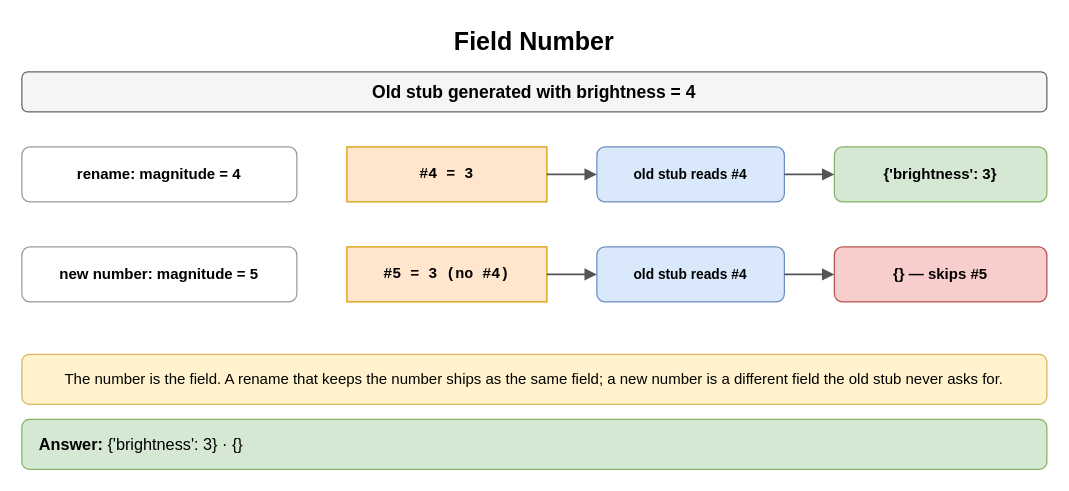
Before: page "Field Number" (3 of 8) of content/09_System_Design_Interview/14_Encoding_Serialization_and_Schema_Evolution/diagrams/encoding-drills.drawio in amendez13/swe-study-guide, a draw.io diagram. Source tidied: cells renumbered, new cells numbered last; positions are measured from the earlier drawing's top-left corner, leaving out a move shared by most shapes. Both pictures are drawn from the tidied source at 125%, with x=0, y=0 at pixel (21, 21).
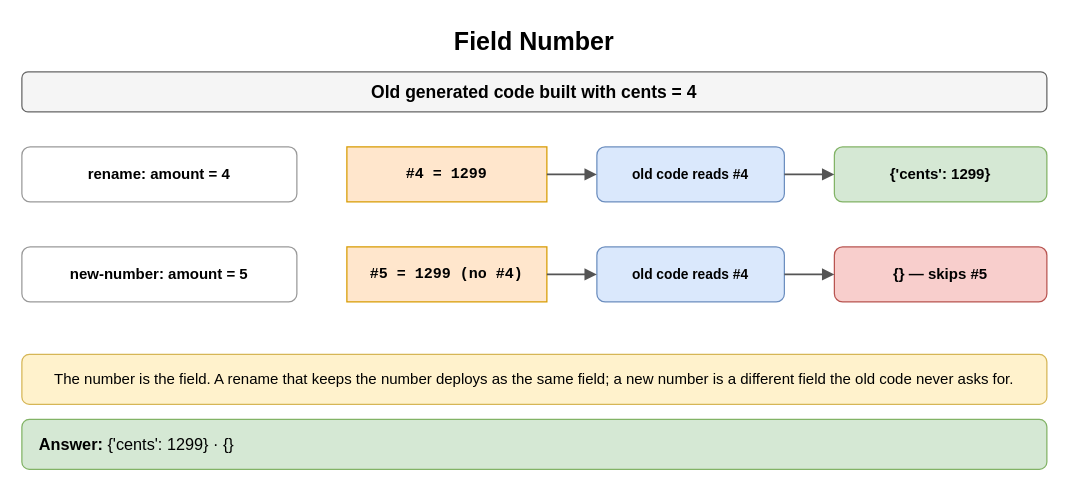
Above is the later version.

The edit, as a diff of the source:
```diff
@@
 <mxGraphModel>
   <root>
     <mxCell id="0" />
     <mxCell id="1" parent="0" />
     <mxCell id="2" value="Field Number" style="text;html=1;align=center;verticalAlign=middle;whiteSpace=wrap;fontSize=20;fontStyle=1;" parent="1" vertex="1">
       <mxGeometry width="820" height="30" as="geometry" />
     </mxCell>
-    <mxCell id="3" value="Old stub generated with brightness = 4" style="rounded=1;whiteSpace=wrap;html=1;fillColor=#f5f5f5;strokeColor=#666666;fontStyle=1;fontSize=14;" parent="1" vertex="1">
+    <mxCell id="3" value="Old generated code built with cents = 4" style="rounded=1;whiteSpace=wrap;html=1;fillColor=#f5f5f5;strokeColor=#666666;fontStyle=1;fontSize=14;" parent="1" vertex="1">
       <mxGeometry y="40" width="820" height="32" as="geometry" />
     </mxCell>
-    <mxCell id="4" value="rename: magnitude = 4" style="rounded=1;whiteSpace=wrap;html=1;fillColor=#ffffff;strokeColor=#999999;fontSize=12;align=center;fontStyle=1;" parent="1" vertex="1">
+    <mxCell id="4" value="rename: amount = 4" style="rounded=1;whiteSpace=wrap;html=1;fillColor=#ffffff;strokeColor=#999999;fontSize=12;align=center;fontStyle=1;" parent="1" vertex="1">
       <mxGeometry y="100" width="220" height="44" as="geometry" />
     </mxCell>
-    <mxCell id="5" value="#4 = 3" style="rounded=0;whiteSpace=wrap;html=1;fontFamily=Courier New;fontStyle=1;fontSize=13;fillColor=#ffe6cc;strokeColor=#d79b00;fontSize=12;" parent="1" vertex="1">
+    <mxCell id="5" value="#4 = 1299" style="rounded=0;whiteSpace=wrap;html=1;fontFamily=Courier New;fontStyle=1;fontSize=13;fillColor=#ffe6cc;strokeColor=#d79b00;fontSize=12;" parent="1" vertex="1">
       <mxGeometry x="260" y="100" width="160" height="44" as="geometry" />
     </mxCell>
-    <mxCell id="6" value="old stub reads #4" style="rounded=1;whiteSpace=wrap;html=1;fillColor=#dae8fc;strokeColor=#6c8ebf;fontSize=11;align=center;fontStyle=1;" parent="1" vertex="1">
+    <mxCell id="6" value="old code reads #4" style="rounded=1;whiteSpace=wrap;html=1;fillColor=#dae8fc;strokeColor=#6c8ebf;fontSize=11;align=center;fontStyle=1;" parent="1" vertex="1">
       <mxGeometry x="460" y="100" width="150" height="44" as="geometry" />
     </mxCell>
-    <mxCell id="7" value="{'brightness': 3}" style="rounded=1;whiteSpace=wrap;html=1;fillColor=#d5e8d4;strokeColor=#82b366;fontSize=12;align=center;fontStyle=1;" parent="1" vertex="1">
+    <mxCell id="7" value="{'cents': 1299}" style="rounded=1;whiteSpace=wrap;html=1;fillColor=#d5e8d4;strokeColor=#82b366;fontSize=12;align=center;fontStyle=1;" parent="1" vertex="1">
       <mxGeometry x="650" y="100" width="170" height="44" as="geometry" />
     </mxCell>
     <mxCell id="8" style="endArrow=block;endSize=6;html=1;strokeWidth=1.5;strokeColor=#555555;fontSize=11;labelBackgroundColor=#ffffff;" parent="1" edge="1" source="5" target="6">
       <mxGeometry relative="1" as="geometry" />
     </mxCell>
     <mxCell id="9" style="endArrow=block;endSize=6;html=1;strokeWidth=1.5;strokeColor=#555555;fontSize=11;labelBackgroundColor=#ffffff;" parent="1" edge="1" source="6" target="7">
       <mxGeometry relative="1" as="geometry" />
     </mxCell>
-    <mxCell id="10" value="new number: magnitude = 5" style="rounded=1;whiteSpace=wrap;html=1;fillColor=#ffffff;strokeColor=#999999;fontSize=12;align=center;fontStyle=1;" parent="1" vertex="1">
+    <mxCell id="10" value="new-number: amount = 5" style="rounded=1;whiteSpace=wrap;html=1;fillColor=#ffffff;strokeColor=#999999;fontSize=12;align=center;fontStyle=1;" parent="1" vertex="1">
       <mxGeometry y="180" width="220" height="44" as="geometry" />
     </mxCell>
-    <mxCell id="11" value="#5 = 3 (no #4)" style="rounded=0;whiteSpace=wrap;html=1;fontFamily=Courier New;fontStyle=1;fontSize=13;fillColor=#ffe6cc;strokeColor=#d79b00;fontSize=12;" parent="1" vertex="1">
+    <mxCell id="11" value="#5 = 1299 (no #4)" style="rounded=0;whiteSpace=wrap;html=1;fontFamily=Courier New;fontStyle=1;fontSize=13;fillColor=#ffe6cc;strokeColor=#d79b00;fontSize=12;" parent="1" vertex="1">
       <mxGeometry x="260" y="180" width="160" height="44" as="geometry" />
     </mxCell>
-    <mxCell id="12" value="old stub reads #4" style="rounded=1;whiteSpace=wrap;html=1;fillColor=#dae8fc;strokeColor=#6c8ebf;fontSize=11;align=center;fontStyle=1;" parent="1" vertex="1">
+    <mxCell id="12" value="old code reads #4" style="rounded=1;whiteSpace=wrap;html=1;fillColor=#dae8fc;strokeColor=#6c8ebf;fontSize=11;align=center;fontStyle=1;" parent="1" vertex="1">
       <mxGeometry x="460" y="180" width="150" height="44" as="geometry" />
     </mxCell>
     <mxCell id="13" value="{}  — skips #5" style="rounded=1;whiteSpace=wrap;html=1;fillColor=#f8cecc;strokeColor=#b85450;fontSize=12;align=center;fontStyle=1;" parent="1" vertex="1">
       <mxGeometry x="650" y="180" width="170" height="44" as="geometry" />
     </mxCell>
     <mxCell id="14" style="endArrow=block;endSize=6;html=1;strokeWidth=1.5;strokeColor=#555555;fontSize=11;labelBackgroundColor=#ffffff;" parent="1" edge="1" source="11" target="12">
       <mxGeometry relative="1" as="geometry" />
     </mxCell>
     <mxCell id="15" style="endArrow=block;endSize=6;html=1;strokeWidth=1.5;strokeColor=#555555;fontSize=11;labelBackgroundColor=#ffffff;" parent="1" edge="1" source="12" target="13">
       <mxGeometry relative="1" as="geometry" />
     </mxCell>
-    <mxCell id="16" value="The number is the field. A rename that keeps the number ships as the same field; a new number is a different field the old stub never asks for." style="rounded=1;whiteSpace=wrap;html=1;fillColor=#fff2cc;strokeColor=#d6b656;fontSize=12;align=center;" parent="1" vertex="1">
+    <mxCell id="16" value="The number is the field. A rename that keeps the number deploys as the same field; a new number is a different field the old code never asks for." style="rounded=1;whiteSpace=wrap;html=1;fillColor=#fff2cc;strokeColor=#d6b656;fontSize=12;align=center;" parent="1" vertex="1">
       <mxGeometry y="266" width="820" height="40" as="geometry" />
     </mxCell>
-    <mxCell id="17" value="&lt;b&gt;Answer:&lt;/b&gt; {'brightness': 3} · {}" style="rounded=1;whiteSpace=wrap;html=1;fillColor=#d5e8d4;strokeColor=#82b366;fontSize=13;align=left;spacingLeft=12;" parent="1" vertex="1">
+    <mxCell id="17" value="&lt;b&gt;Answer:&lt;/b&gt; {'cents': 1299} · {}" style="rounded=1;whiteSpace=wrap;html=1;fillColor=#d5e8d4;strokeColor=#82b366;fontSize=13;align=left;spacingLeft=12;" parent="1" vertex="1">
       <mxGeometry y="318" width="820" height="40" as="geometry" />
     </mxCell>
   </root>
 </mxGraphModel>
```
